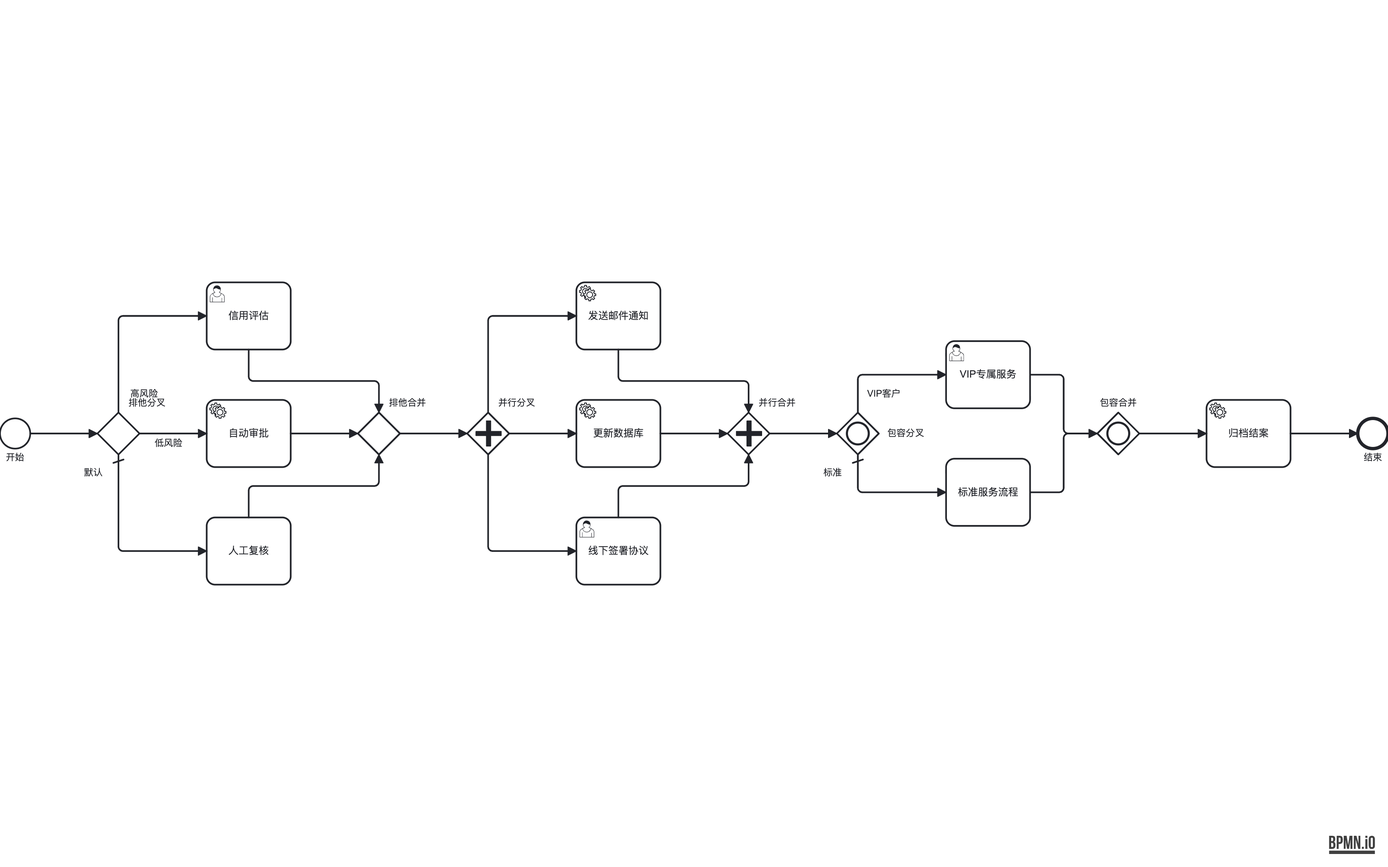
LcpMarvel/tramito-layout keeps this BPMN diagram as out-bpmn-png/42-gateway-merge-labels.png. Above is the earlier version. Its source is kept beside it as out-xml/42-gateway-merge-labels.bpmn. Ids are renumbered.
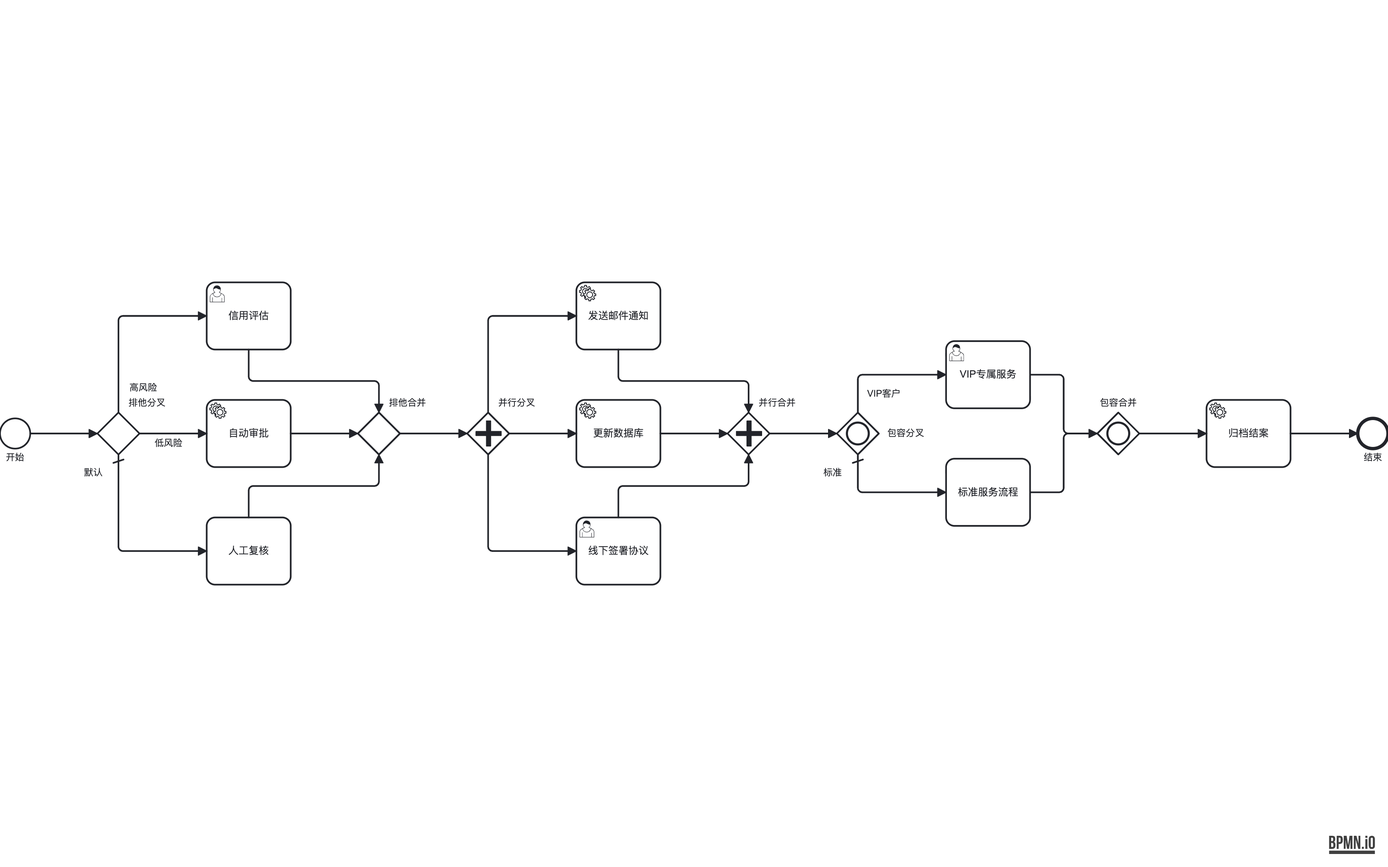
Above is the later version.

The edit, as a diff of the source:
```diff
@@ -193,7 +193,7 @@
         <di:waypoint x="203" y="72" />
         <di:waypoint x="308" y="72" />
         <bpmndi:BPMNLabel>
-          <dc:Bounds x="208" y="158" width="50" height="14" />
+          <dc:Bounds x="207" y="151.25" width="50" height="14" />
         </bpmndi:BPMNLabel>
       </bpmndi:BPMNEdge>
       <bpmndi:BPMNEdge id="flow_xor_b_di" bpmnElement="flow_xor_b">
```
